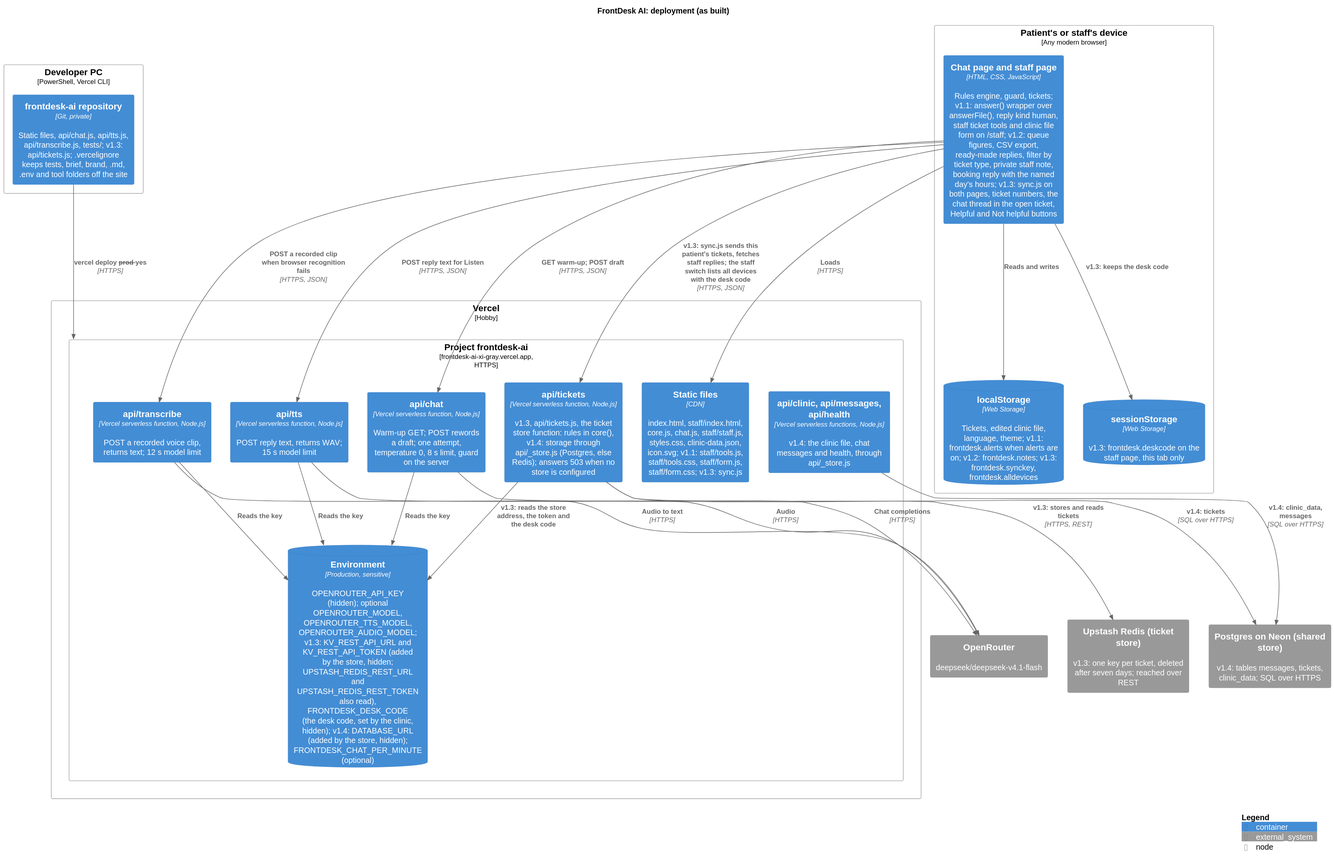
Above: docs/diagrams/deployment.svg in karwasanjay007/frontdesk-ai-docs (PlantUML), before the change.
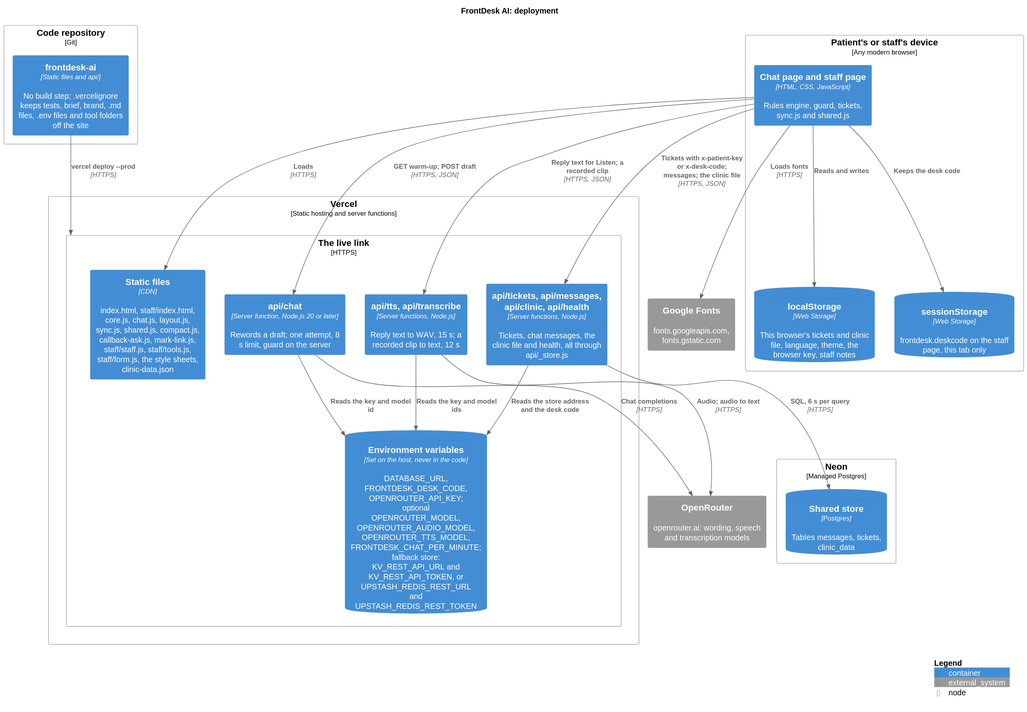
Later version of the same file.

What changed in the source:
```diff
@@ -1,51 +1,48 @@
 @startuml
 !include <C4/C4_Deployment>
-title FrontDesk AI: deployment (as built)
+title FrontDesk AI: deployment
 
-Deployment_Node(dev, "Developer PC", "PowerShell, Vercel CLI") {
-  Container(src, "frontdesk-ai repository", "Git, private", "Static files, api/chat.js, api/tts.js, api/transcribe.js, tests/; v1.3: api/tickets.js; .vercelignore keeps tests, brief, brand, .md, .env and tool folders off the site")
+Deployment_Node(repo, "Code repository", "Git") {
+  Container(src, "frontdesk-ai", "Static files and api/", "No build step; .vercelignore keeps tests, brief, brand, .md files, .env files and tool folders off the site")
 }
 
-Deployment_Node(vercel, "Vercel", "Hobby") {
-  Deployment_Node(proj, "Project frontdesk-ai", "frontdesk-ai-xi-gray.vercel.app, HTTPS") {
-    Container(static, "Static files", "CDN", "index.html, staff/index.html, core.js, chat.js, staff/staff.js, styles.css, clinic-data.json, icon.svg; v1.1: staff/tools.js, staff/tools.css, staff/form.js, staff/form.css; v1.3: sync.js")
-    Container(fn, "api/chat", "Vercel serverless function, Node.js", "Warm-up GET; POST rewords a draft; one attempt, temperature 0, 8 s limit, guard on the server")
-    Container(tts, "api/tts", "Vercel serverless function, Node.js", "POST reply text, returns WAV; 15 s model limit")
-    Container(transcribe, "api/transcribe", "Vercel serverless function, Node.js", "POST a recorded voice clip, returns text; 12 s model limit")
-    Container(ticketsfn, "api/tickets", "Vercel serverless function, Node.js", "v1.3, api/tickets.js, the ticket store function: rules in core(), v1.4: storage through api/_store.js (Postgres, else Redis); answers 503 when no store is configured")
-    Container(clinicfn, "api/clinic, api/messages, api/health", "Vercel serverless functions, Node.js", "v1.4: the clinic file, chat messages and health, through api/_store.js")
-    ContainerDb(env, "Environment", "Production, sensitive", "OPENROUTER_API_KEY (hidden); optional OPENROUTER_MODEL, OPENROUTER_TTS_MODEL, OPENROUTER_AUDIO_MODEL; v1.3: KV_REST_API_URL and KV_REST_API_TOKEN (added by the store, hidden; UPSTASH_REDIS_REST_URL and UPSTASH_REDIS_REST_TOKEN also read), FRONTDESK_DESK_CODE (the desk code, set by the clinic, hidden); v1.4: DATABASE_URL (added by the store, hidden); FRONTDESK_CHAT_PER_MINUTE (optional)")
+Deployment_Node(vercel, "Vercel", "Static hosting and server functions") {
+  Deployment_Node(proj, "The live link", "HTTPS") {
+    Container(static, "Static files", "CDN", "index.html, staff/index.html, core.js, chat.js, layout.js, sync.js, shared.js, compact.js, callback-ask.js, mark-link.js, staff/staff.js, staff/tools.js, staff/form.js, the style sheets, clinic-data.json")
+    Container(chatfn, "api/chat", "Server function, Node.js 20 or later", "Rewords a draft; one attempt, 8 s limit, guard on the server")
+    Container(voicefn, "api/tts, api/transcribe", "Server functions, Node.js", "Reply text to WAV, 15 s; a recorded clip to text, 12 s")
+    Container(storefn, "api/tickets, api/messages, api/clinic, api/health", "Server functions, Node.js", "Tickets, chat messages, the clinic file and health, all through api/_store.js")
+    ContainerDb(env, "Environment variables", "Set on the host, never in the code", "DATABASE_URL, FRONTDESK_DESK_CODE, OPENROUTER_API_KEY; optional OPENROUTER_MODEL, OPENROUTER_AUDIO_MODEL, OPENROUTER_TTS_MODEL, FRONTDESK_CHAT_PER_MINUTE; fallback store: KV_REST_API_URL and KV_REST_API_TOKEN, or UPSTASH_REDIS_REST_URL and UPSTASH_REDIS_REST_TOKEN")
   }
 }
 
-Deployment_Node(device, "Patient's or staff's device", "Any modern browser") {
-  Container(pages, "Chat page and staff page", "HTML, CSS, JavaScript", "Rules engine, guard, tickets; v1.1: answer() wrapper over answerFile(), reply kind human, staff ticket tools and clinic file form on /staff; v1.2: queue figures, CSV export, ready-made replies, filter by ticket type, private staff note, booking reply with the named day's hours; v1.3: sync.js on both pages, ticket numbers, the chat thread in the open ticket, Helpful and Not helpful buttons")
-  ContainerDb(ls, "localStorage", "Web Storage", "Tickets, edited clinic file, language, theme; v1.1: frontdesk.alerts when alerts are on; v1.2: frontdesk.notes; v1.3: frontdesk.synckey, frontdesk.alldevices")
-  ContainerDb(ss, "sessionStorage", "Web Storage", "v1.3: frontdesk.deskcode on the staff page, this tab only")
+Deployment_Node(neonnode, "Neon", "Managed Postgres") {
+  ContainerDb(neon, "Shared store", "Postgres", "Tables messages, tickets, clinic_data")
 }
 
-System_Ext(openrouter, "OpenRouter", "deepseek/deepseek-v4.1-flash")
-System_Ext(upstash, "Upstash Redis (ticket store)", "v1.3: one key per ticket, deleted after seven days; reached over REST")
+Deployment_Node(device, "Patient's or staff's device", "Any modern browser") {
+  Container(pages, "Chat page and staff page", "HTML, CSS, JavaScript", "Rules engine, guard, tickets, sync.js and shared.js")
+  ContainerDb(ls, "localStorage", "Web Storage", "This browser's tickets and clinic file, language, theme, the browser key, staff notes")
+  ContainerDb(ss, "sessionStorage", "Web Storage", "frontdesk.deskcode on the staff page, this tab only")
+}
 
-Rel(src, proj, "vercel deploy --prod --yes", "HTTPS")
+System_Ext(openrouter, "OpenRouter", "openrouter.ai: wording, speech and transcription models")
+System_Ext(fonts, "Google Fonts", "fonts.googleapis.com, fonts.gstatic.com")
+
+Rel(src, proj, "vercel deploy --prod", "HTTPS")
 Rel(pages, static, "Loads", "HTTPS")
-Rel(pages, fn, "GET warm-up; POST draft", "HTTPS, JSON")
-Rel(pages, tts, "POST reply text for Listen", "HTTPS, JSON")
-Rel(tts, env, "Reads the key")
-Rel(tts, openrouter, "Audio", "HTTPS")
-Rel(pages, transcribe, "POST a recorded clip when browser recognition fails", "HTTPS, JSON")
-Rel(transcribe, env, "Reads the key")
-Rel(transcribe, openrouter, "Audio to text", "HTTPS")
-Rel(fn, env, "Reads the key")
-Rel(fn, openrouter, "Chat completions", "HTTPS")
+Rel(pages, fonts, "Loads fonts", "HTTPS")
+Rel(pages, chatfn, "GET warm-up; POST draft", "HTTPS, JSON")
+Rel(pages, voicefn, "Reply text for Listen; a recorded clip", "HTTPS, JSON")
+Rel(pages, storefn, "Tickets with x-patient-key or x-desk-code; messages; the clinic file", "HTTPS, JSON")
 Rel(pages, ls, "Reads and writes")
-Rel(pages, ss, "v1.3: keeps the desk code")
-Rel(pages, ticketsfn, "v1.3: sync.js sends this patient's tickets, fetches staff replies; the staff switch lists all devices with the desk code", "HTTPS, JSON")
-Rel(ticketsfn, env, "v1.3: reads the store address, the token and the desk code")
-Rel(ticketsfn, upstash, "v1.3: stores and reads tickets", "HTTPS, REST")
+Rel(pages, ss, "Keeps the desk code")
+Rel(chatfn, env, "Reads the key and model id")
+Rel(voicefn, env, "Reads the key and model ids")
+Rel(storefn, env, "Reads the store address and the desk code")
+Rel(chatfn, openrouter, "Chat completions", "HTTPS")
+Rel(voicefn, openrouter, "Audio; audio to text", "HTTPS")
+Rel(storefn, neon, "SQL, 6 s per query", "HTTPS")
 
 SHOW_LEGEND()
-System_Ext(neon, "Postgres on Neon (shared store)", "v1.4: tables messages, tickets, clinic_data; SQL over HTTPS")
-Rel(ticketsfn, neon, "v1.4: tickets", "SQL over HTTPS")
-Rel(clinicfn, neon, "v1.4: clinic_data, messages", "SQL over HTTPS")
 @enduml
```
